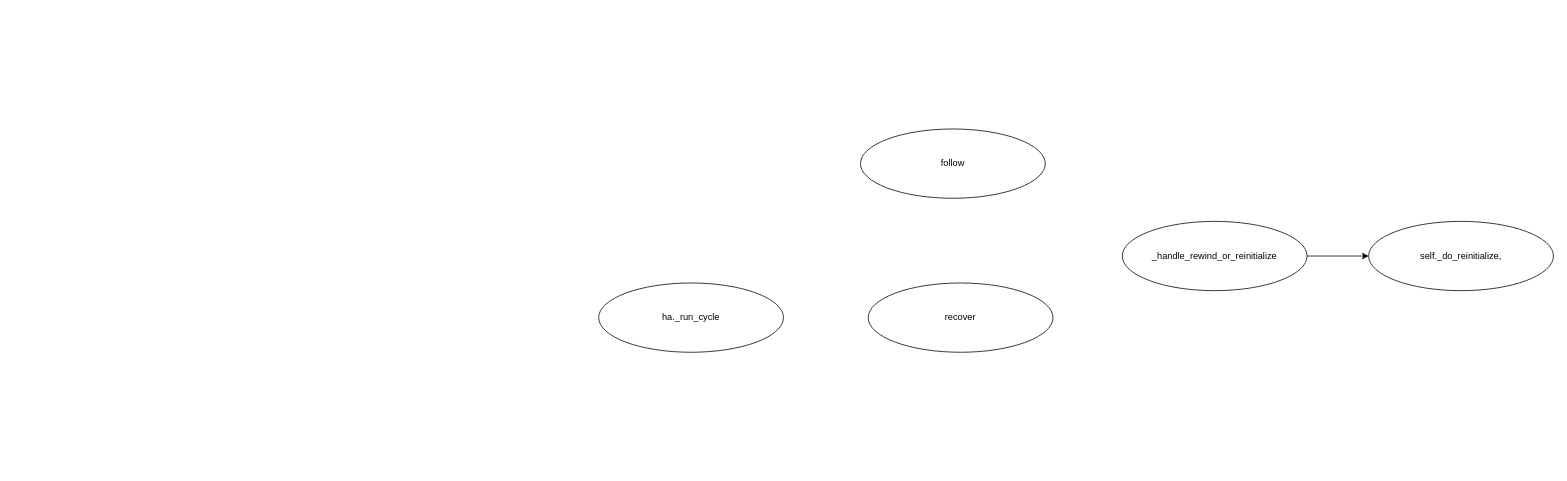
Earlier version of the draw.io diagram docs/patroni-trigger-reinitialize-workflow.drawio (xin49/patroni). Source tidied: cells renumbered, new cells numbered last; positions are measured from the earlier drawing's top-left corner, leaving out a move shared by most shapes. Both pictures are drawn from the tidied source at 77%, with x=0, y=0 at pixel (598, 129).
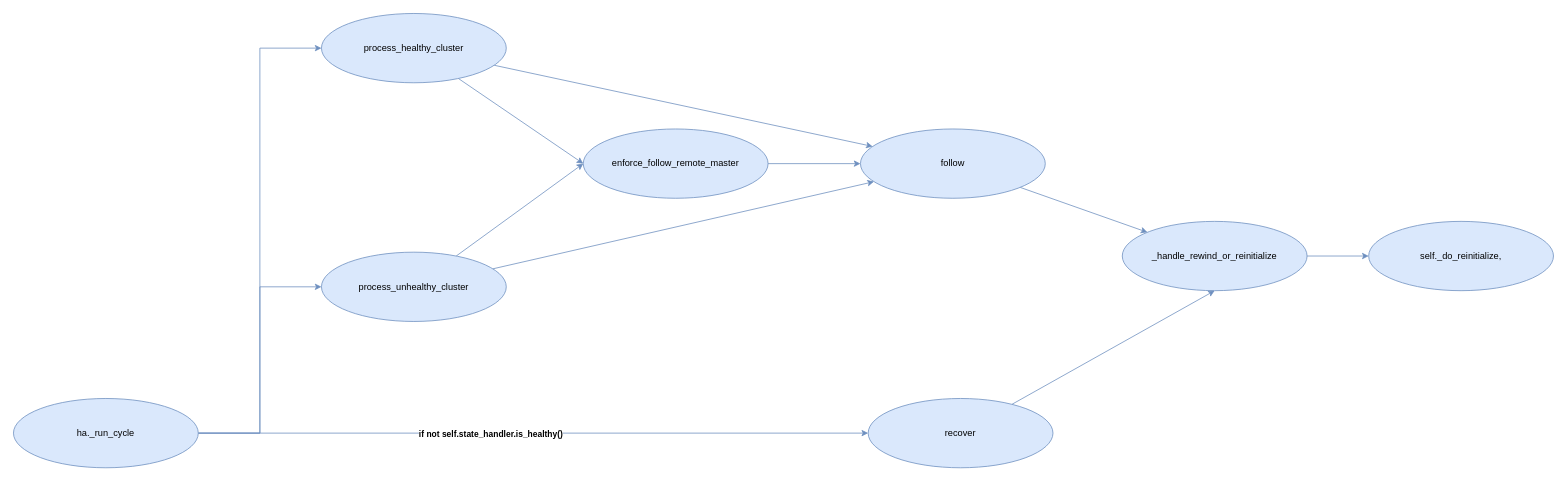
The same page after the edit.

What changed in the source:
```diff
@@
-    <mxCell id="2" value="self._do_reinitialize," style="ellipse;whiteSpace=wrap;html=1;" parent="1" vertex="1">
+    <mxCell id="2" value="self._do_reinitialize," style="ellipse;whiteSpace=wrap;html=1;fillColor=#dae8fc;strokeColor=#6c8ebf;" parent="1" vertex="1">
       <mxGeometry x="1000" y="120" width="240" height="90" as="geometry" />
     </mxCell>
-    <mxCell id="3" style="edgeStyle=orthogonalEdgeStyle;rounded=0;jettySize=auto;html=1;" parent="1" edge="1" source="4" target="2">
+    <mxCell id="3" style="edgeStyle=orthogonalEdgeStyle;rounded=0;jettySize=auto;html=1;fillColor=#dae8fc;strokeColor=#6c8ebf;" parent="1" edge="1" source="4" target="2">
       <mxGeometry relative="1" as="geometry" />
     </mxCell>
-    <mxCell id="4" value="_handle_rewind_or_reinitialize" style="ellipse;whiteSpace=wrap;html=1;" parent="1" vertex="1">
+    <mxCell id="4" value="_handle_rewind_or_reinitialize" style="ellipse;whiteSpace=wrap;html=1;fillColor=#dae8fc;strokeColor=#6c8ebf;" parent="1" vertex="1">
       <mxGeometry x="680" y="120" width="240" height="90" as="geometry" />
     </mxCell>
+    <mxCell id="8" style="rounded=0;jettySize=auto;html=1;fillColor=#dae8fc;strokeColor=#6c8ebf;" parent="1" edge="1" source="5" target="4">
+      <mxGeometry relative="1" as="geometry" />
+    </mxCell>
-    <mxCell id="5" value="follow" style="ellipse;whiteSpace=wrap;html=1;" parent="1" vertex="1">
+    <mxCell id="5" value="follow" style="ellipse;whiteSpace=wrap;html=1;fillColor=#dae8fc;strokeColor=#6c8ebf;" parent="1" vertex="1">
       <mxGeometry x="340" width="240" height="90" as="geometry" />
     </mxCell>
+    <mxCell id="9" style="rounded=0;jettySize=auto;html=1;entryX=0.5;entryY=1;entryDx=0;entryDy=0;fillColor=#dae8fc;strokeColor=#6c8ebf;" parent="1" edge="1" source="6" target="4">
+      <mxGeometry relative="1" as="geometry" />
+    </mxCell>
-    <mxCell id="6" value="recover" style="ellipse;whiteSpace=wrap;html=1;" parent="1" vertex="1">
-      <mxGeometry x="350" y="200" width="240" height="90" as="geometry" />
+    <mxCell id="6" value="recover" style="ellipse;whiteSpace=wrap;html=1;fillColor=#dae8fc;strokeColor=#6c8ebf;" parent="1" vertex="1">
+      <mxGeometry x="350" y="350" width="240" height="90" as="geometry" />
     </mxCell>
+    <mxCell id="10" style="edgeStyle=orthogonalEdgeStyle;rounded=0;jettySize=auto;html=1;fillColor=#dae8fc;strokeColor=#6c8ebf;" parent="1" edge="1" source="7" target="6">
+      <mxGeometry relative="1" as="geometry" />
+    </mxCell>
+    <mxCell id="11" value="&lt;b&gt;if not self.state_handler.is_healthy()&lt;/b&gt;" style="edgeLabel;html=1;align=center;verticalAlign=middle;" parent="10" vertex="1">
+      <mxGeometry x="-0.33" y="1" relative="1" as="geometry">
+        <mxPoint x="88" y="1" as="offset" />
+      </mxGeometry>
+    </mxCell>
+    <mxCell id="12" style="edgeStyle=orthogonalEdgeStyle;rounded=0;jettySize=auto;html=1;entryX=0;entryY=0.5;entryDx=0;entryDy=0;fillColor=#dae8fc;strokeColor=#6c8ebf;" parent="1" edge="1" source="7" target="16">
+      <mxGeometry relative="1" as="geometry" />
+    </mxCell>
+    <mxCell id="13" style="edgeStyle=orthogonalEdgeStyle;rounded=0;jettySize=auto;html=1;entryX=0;entryY=0.5;entryDx=0;entryDy=0;fillColor=#dae8fc;strokeColor=#6c8ebf;" parent="1" edge="1" source="7" target="19">
+      <mxGeometry relative="1" as="geometry" />
+    </mxCell>
-    <mxCell id="7" value="ha._run_cycle" style="ellipse;whiteSpace=wrap;html=1;" parent="1" vertex="1">
-      <mxGeometry y="200" width="240" height="90" as="geometry" />
+    <mxCell id="7" value="ha._run_cycle" style="ellipse;whiteSpace=wrap;html=1;fillColor=#dae8fc;strokeColor=#6c8ebf;" parent="1" vertex="1">
+      <mxGeometry x="-760" y="350" width="240" height="90" as="geometry" />
     </mxCell>
+    <mxCell id="14" style="rounded=0;jettySize=auto;html=1;fillColor=#dae8fc;strokeColor=#6c8ebf;" parent="1" edge="1" source="16" target="5">
+      <mxGeometry relative="1" as="geometry" />
+    </mxCell>
+    <mxCell id="15" style="rounded=0;jettySize=auto;html=1;entryX=0;entryY=0.5;entryDx=0;entryDy=0;fillColor=#dae8fc;strokeColor=#6c8ebf;" parent="1" edge="1" source="16" target="21">
+      <mxGeometry relative="1" as="geometry" />
+    </mxCell>
+    <mxCell id="16" value="process_healthy_cluster" style="ellipse;whiteSpace=wrap;html=1;fillColor=#dae8fc;strokeColor=#6c8ebf;" parent="1" vertex="1">
+      <mxGeometry x="-360" y="-150" width="240" height="90" as="geometry" />
+    </mxCell>
+    <mxCell id="17" style="rounded=0;jettySize=auto;html=1;fillColor=#dae8fc;strokeColor=#6c8ebf;" parent="1" edge="1" source="19" target="5">
+      <mxGeometry relative="1" as="geometry" />
+    </mxCell>
+    <mxCell id="18" style="rounded=0;jettySize=auto;html=1;entryX=0;entryY=0.5;entryDx=0;entryDy=0;fillColor=#dae8fc;strokeColor=#6c8ebf;" parent="1" edge="1" source="19" target="21">
+      <mxGeometry relative="1" as="geometry" />
+    </mxCell>
+    <mxCell id="19" value="process_unhealthy_cluster" style="ellipse;whiteSpace=wrap;html=1;fillColor=#dae8fc;strokeColor=#6c8ebf;" parent="1" vertex="1">
+      <mxGeometry x="-360" y="160" width="240" height="90" as="geometry" />
+    </mxCell>
+    <mxCell id="20" style="rounded=0;jettySize=auto;html=1;fillColor=#dae8fc;strokeColor=#6c8ebf;" parent="1" edge="1" source="21" target="5">
+      <mxGeometry relative="1" as="geometry" />
+    </mxCell>
+    <mxCell id="21" value="enforce_follow_remote_master" style="ellipse;whiteSpace=wrap;html=1;fillColor=#dae8fc;strokeColor=#6c8ebf;" parent="1" vertex="1">
+      <mxGeometry x="-20" width="240" height="90" as="geometry" />
+    </mxCell>
```
